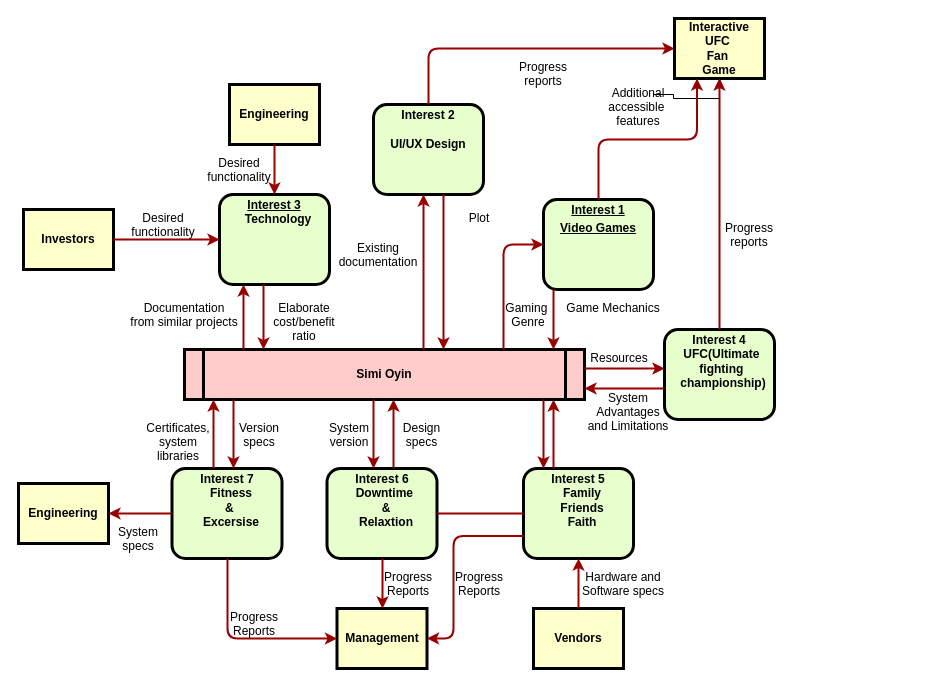
The draw.io diagram Untitled Diagram.drawio in simioyin222/CapstoneProjectIdeaBoard, before the edit. Source tidied: cells renumbered, new cells numbered last; positions are measured from the earlier drawing's top-left corner, leaving out a move shared by most shapes. Both pictures are drawn from the tidied source at 100%, with x=0, y=0 at pixel (18, 18).
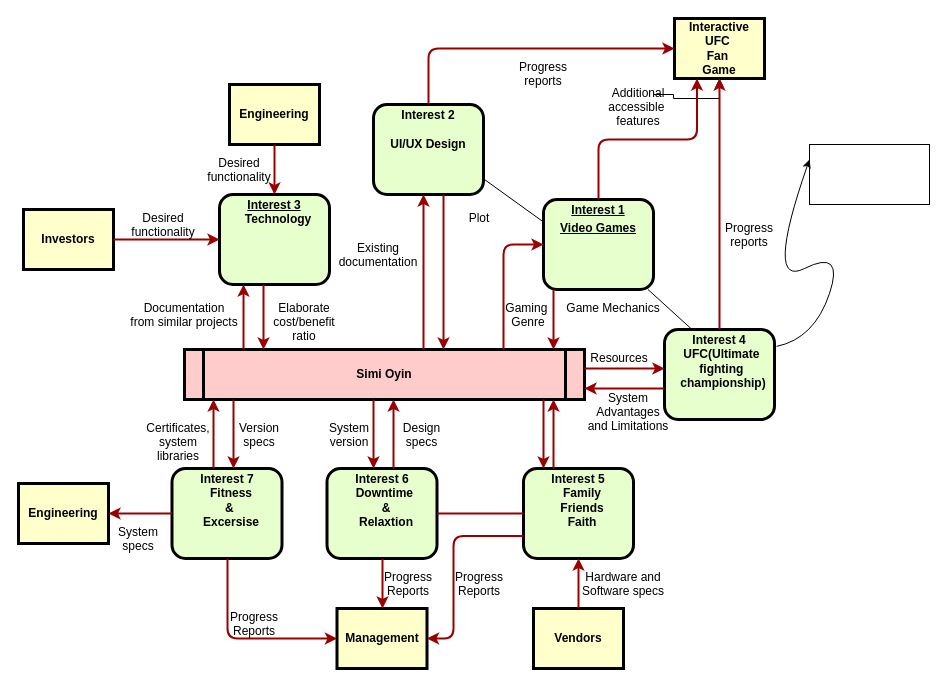
The same diagram, later.

Commit message:
new box for ideas

Unchanged cells that the change refers to:
```xml
<mxCell id="7" value="&lt;p style=&quot;margin: 0px; margin-top: 4px; text-align: center; text-decoration: underline;&quot;&gt;&lt;/p&gt;Interest 4&lt;p style=&quot;margin: 0px; margin-left: 8px;&quot;&gt;UFC(Ultimate&amp;nbsp;&lt;/p&gt;&lt;p style=&quot;margin: 0px; margin-left: 8px;&quot;&gt;fighting&amp;nbsp;&lt;/p&gt;&lt;p style=&quot;margin: 0px; margin-left: 8px;&quot;&gt;championship)&lt;/p&gt;" style="verticalAlign=middle;align=center;overflow=fill;fontSize=12;fontFamily=Helvetica;html=1;rounded=1;fontStyle=1;strokeWidth=3;fillColor=#E6FFCC;" parent="1" vertex="1">
  <mxGeometry x="646" y="311" width="110" height="90" as="geometry" />
</mxCell>
<mxCell id="8" value="&lt;p style=&quot;margin: 0px; margin-top: 4px; text-align: center; text-decoration: underline;&quot;&gt;&lt;/p&gt;&lt;p style=&quot;border-color: var(--border-color); text-decoration-line: underline; margin: 4px 0px 0px;&quot;&gt;Interest 1&lt;/p&gt;&lt;p style=&quot;border-color: var(--border-color); text-decoration-line: underline; margin: 4px 0px 0px;&quot;&gt;Video Games&lt;/p&gt;" style="verticalAlign=middle;align=center;overflow=fill;fontSize=12;fontFamily=Helvetica;html=1;rounded=1;fontStyle=1;strokeWidth=3;fillColor=#E6FFCC;" parent="1" vertex="1">
  <mxGeometry x="525" y="181" width="110" height="90" as="geometry" />
</mxCell>
```

The edit, as a diff of the source:
```diff
@@
+    <mxCell id="64" style="rounded=0;whiteSpace=wrap;html=1;" parent="1" vertex="1">
+      <mxGeometry x="791" y="126" width="120" height="60" as="geometry" />
+    </mxCell>
+    <mxCell id="65" style="curved=1;endArrow=classic;html=1;rounded=0;entryX=0;entryY=0.25;entryDx=0;entryDy=0;exitX=1.019;exitY=0.188;exitDx=0;exitDy=0;exitPerimeter=0;" parent="1" edge="1" source="7" target="64">
+      <mxGeometry relative="1" as="geometry">
+        <Array as="points">
+          <mxPoint x="796" y="320" />
+          <mxPoint x="826" y="230" />
+          <mxPoint x="746" y="270" />
+        </Array>
+      </mxGeometry>
+    </mxCell>
+    <mxCell id="66" style="endArrow=none;html=1;rounded=0;entryX=0.25;entryY=0;entryDx=0;entryDy=0;" parent="1" edge="1" source="8" target="7">
+      <mxGeometry relative="1" as="geometry" />
+    </mxCell>
+    <mxCell id="67" style="endArrow=none;html=1;rounded=0;entryX=0;entryY=0.25;entryDx=0;entryDy=0;" parent="1" edge="1" target="8">
+      <mxGeometry relative="1" as="geometry">
+        <mxPoint x="466" y="161" as="sourcePoint" />
+      </mxGeometry>
+    </mxCell>
```
